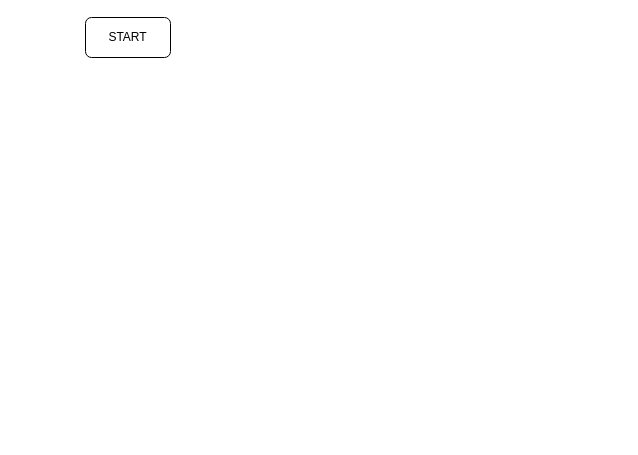
Before: problem1/bilangan_keren.drawio in ALTA-D3-Ihsan-12agus1998/Basic-Programming-Part1, a draw.io diagram. Source tidied: cells renumbered, new cells numbered last; positions are measured from the earlier drawing's top-left corner, leaving out a move shared by most shapes. Both pictures are drawn from the tidied source at 100%, with x=0, y=0 at pixel (85, 17).
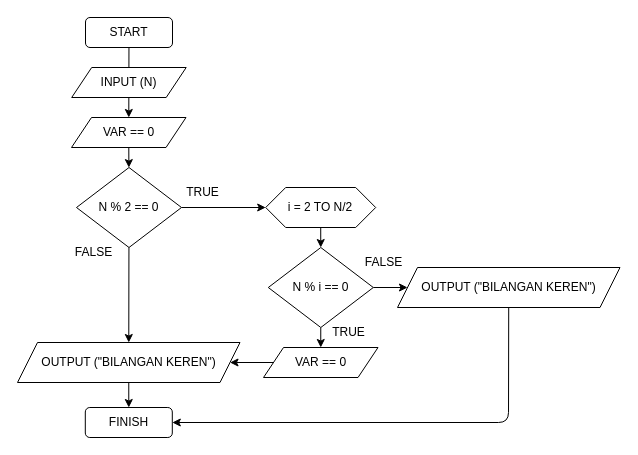
After the change.

Commit message:
RubahDiagram Alir Bilangan Keren

Diff of the diagram source:
```diff
@@
+    <mxCell id="3" style="edgeStyle=none;html=1;" parent="1" edge="1" source="2" target="6">
+      <mxGeometry relative="1" as="geometry" />
+    </mxCell>
     <mxCell id="2" value="START" style="rounded=1;whiteSpace=wrap;html=1;" parent="1" vertex="1">
-      <mxGeometry width="85" height="40" as="geometry" />
+      <mxGeometry width="87" height="30" as="geometry" />
     </mxCell>
+    <mxCell id="4" value="INPUT (N)" style="shape=parallelogram;perimeter=parallelogramPerimeter;whiteSpace=wrap;html=1;fixedSize=1;" parent="1" vertex="1">
+      <mxGeometry x="-13.8" y="50" width="114.5" height="30" as="geometry" />
+    </mxCell>
+    <mxCell id="5" style="edgeStyle=none;html=1;" parent="1" edge="1" source="6" target="9">
+      <mxGeometry relative="1" as="geometry" />
+    </mxCell>
+    <mxCell id="6" value="VAR == 0" style="shape=parallelogram;perimeter=parallelogramPerimeter;whiteSpace=wrap;html=1;fixedSize=1;" parent="1" vertex="1">
+      <mxGeometry x="-14" y="100" width="114.5" height="30" as="geometry" />
+    </mxCell>
+    <mxCell id="7" style="edgeStyle=none;html=1;" parent="1" edge="1" source="9" target="11">
+      <mxGeometry relative="1" as="geometry" />
+    </mxCell>
+    <mxCell id="8" style="edgeStyle=none;html=1;" parent="1" edge="1" source="9" target="20">
+      <mxGeometry relative="1" as="geometry" />
+    </mxCell>
+    <mxCell id="9" value="N % 2 == 0" style="rhombus;whiteSpace=wrap;html=1;" parent="1" vertex="1">
+      <mxGeometry x="-9" y="150" width="105" height="80" as="geometry" />
+    </mxCell>
+    <mxCell id="10" style="edgeStyle=none;html=1;" parent="1" edge="1" source="11" target="15">
+      <mxGeometry relative="1" as="geometry" />
+    </mxCell>
+    <mxCell id="11" value="i = 2 TO N/2" style="shape=hexagon;perimeter=hexagonPerimeter2;whiteSpace=wrap;html=1;fixedSize=1;" parent="1" vertex="1">
+      <mxGeometry x="180.2" y="170" width="110" height="40" as="geometry" />
+    </mxCell>
+    <mxCell id="12" value="TRUE" style="text;html=1;align=center;verticalAlign=middle;strokeColor=none;fillColor=none;" parent="1" vertex="1">
+      <mxGeometry x="86.8" y="160" width="60" height="30" as="geometry" />
+    </mxCell>
+    <mxCell id="13" style="edgeStyle=none;html=1;" parent="1" edge="1" source="15" target="17">
+      <mxGeometry relative="1" as="geometry" />
+    </mxCell>
+    <mxCell id="14" style="edgeStyle=none;html=1;" parent="1" edge="1" source="15" target="22">
+      <mxGeometry relative="1" as="geometry" />
+    </mxCell>
+    <mxCell id="15" value="N % i == 0" style="rhombus;whiteSpace=wrap;html=1;" parent="1" vertex="1">
+      <mxGeometry x="182.8" y="230" width="105" height="80" as="geometry" />
+    </mxCell>
+    <mxCell id="16" style="edgeStyle=none;html=1;" parent="1" edge="1" source="17" target="20">
+      <mxGeometry relative="1" as="geometry" />
+    </mxCell>
+    <mxCell id="17" value="VAR == 0" style="shape=parallelogram;perimeter=parallelogramPerimeter;whiteSpace=wrap;html=1;fixedSize=1;" parent="1" vertex="1">
+      <mxGeometry x="178" y="330" width="114.5" height="30" as="geometry" />
+    </mxCell>
+    <mxCell id="18" value="TRUE" style="text;html=1;align=center;verticalAlign=middle;strokeColor=none;fillColor=none;" parent="1" vertex="1">
+      <mxGeometry x="232.5" y="300" width="60" height="30" as="geometry" />
+    </mxCell>
+    <mxCell id="19" style="edgeStyle=none;html=1;" parent="1" edge="1" source="20" target="23">
+      <mxGeometry relative="1" as="geometry" />
+    </mxCell>
+    <mxCell id="20" value="OUTPUT (&quot;BILANGAN KEREN&quot;)" style="shape=parallelogram;perimeter=parallelogramPerimeter;whiteSpace=wrap;html=1;fixedSize=1;" parent="1" vertex="1">
+      <mxGeometry x="-68" y="325" width="222.5" height="40" as="geometry" />
+    </mxCell>
+    <mxCell id="21" style="edgeStyle=none;html=1;entryX=1;entryY=0.5;entryDx=0;entryDy=0;" parent="1" edge="1" source="22" target="23">
+      <mxGeometry relative="1" as="geometry">
+        <Array as="points">
+          <mxPoint x="423" y="405" />
+        </Array>
+      </mxGeometry>
+    </mxCell>
+    <mxCell id="22" value="OUTPUT (&quot;BILANGAN KEREN&quot;)" style="shape=parallelogram;perimeter=parallelogramPerimeter;whiteSpace=wrap;html=1;fixedSize=1;" parent="1" vertex="1">
+      <mxGeometry x="312" y="250" width="222.5" height="40" as="geometry" />
+    </mxCell>
+    <mxCell id="23" value="FINISH" style="rounded=1;whiteSpace=wrap;html=1;" parent="1" vertex="1">
+      <mxGeometry x="-0.2" y="390" width="87" height="30" as="geometry" />
+    </mxCell>
+    <mxCell id="24" value="FALSE" style="text;html=1;align=center;verticalAlign=middle;strokeColor=none;fillColor=none;" parent="1" vertex="1">
+      <mxGeometry x="268" y="230" width="60" height="30" as="geometry" />
+    </mxCell>
+    <mxCell id="25" value="FALSE" style="text;html=1;align=center;verticalAlign=middle;strokeColor=none;fillColor=none;" parent="1" vertex="1">
+      <mxGeometry x="-22" y="220" width="60" height="30" as="geometry" />
+    </mxCell>
```
